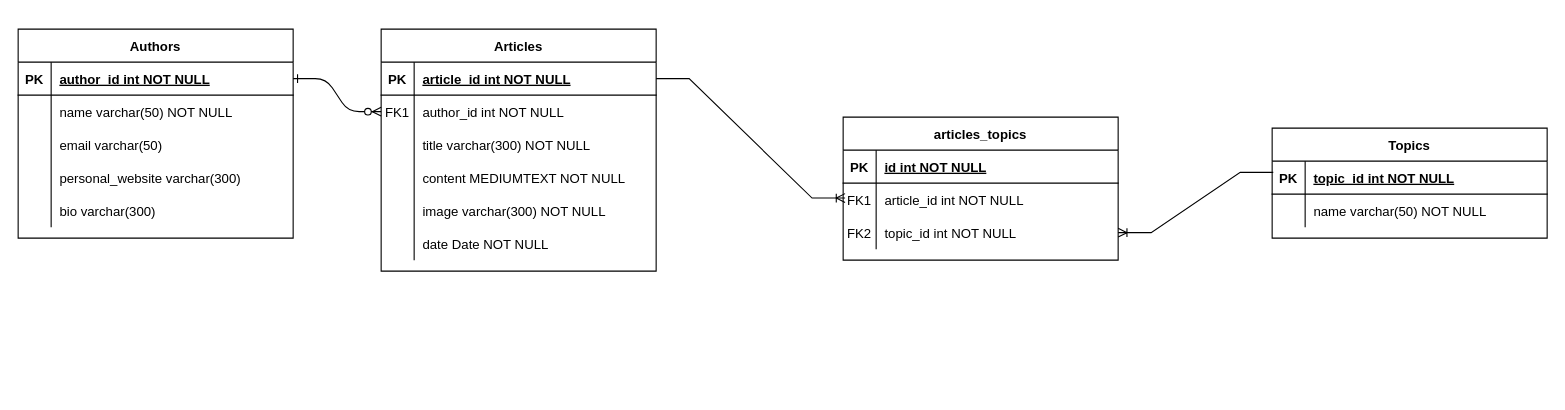
This is news_site.drawio from finn-nankivell2/integrated-project-y1, a draw.io file, before an edit. Source tidied: cells renumbered, new cells numbered last; positions are measured from the earlier drawing's top-left corner, leaving out a move shared by most shapes. Both pictures are drawn from the tidied source at 110%, with x=0, y=0 at pixel (18, 29).
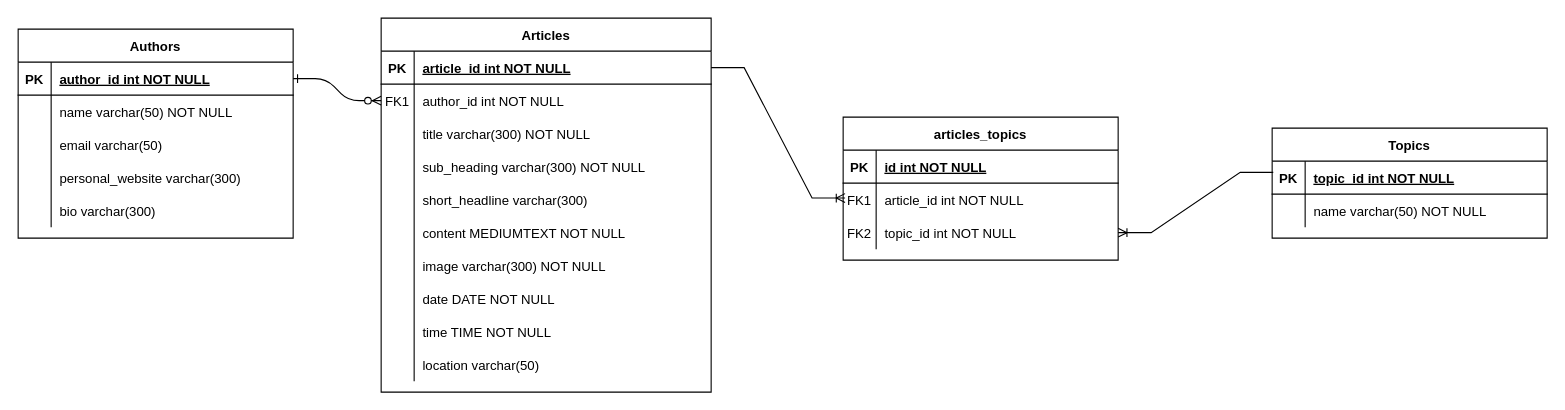
The same diagram, later.

The edit, as a diff of the source:
```diff
@@
     <mxCell id="3" value="Articles" style="shape=table;startSize=30;childLayout=tableLayout;rowLines=0;fontStyle=1;align=center;" parent="1" vertex="1">
-      <mxGeometry x="330" width="250" height="220" as="geometry" />
+      <mxGeometry x="330" y="-10" width="300" height="340" as="geometry" />
     </mxCell>
     <mxCell id="4" style="shape=partialRectangle;fillColor=none;points=[[0,0.5],[1,0.5]];portConstraint=eastwest;top=0;left=0;right=0;bottom=1;" parent="3" vertex="1">
-      <mxGeometry y="30" width="250" height="30" as="geometry" />
+      <mxGeometry y="30" width="300" height="30" as="geometry" />
     </mxCell>
@@
     <mxCell id="6" value="article_id int NOT NULL " style="shape=partialRectangle;overflow=hidden;fillColor=none;top=0;left=0;bottom=0;right=0;align=left;spacingLeft=6;fontStyle=5;" parent="4" vertex="1">
-      <mxGeometry x="30" width="220" height="30" as="geometry" />
+      <mxGeometry x="30" width="270" height="30" as="geometry" />
     </mxCell>
     <mxCell id="7" style="shape=partialRectangle;fillColor=none;points=[[0,0.5],[1,0.5]];portConstraint=eastwest;top=0;left=0;right=0;bottom=0;" parent="3" vertex="1">
-      <mxGeometry y="60" width="250" height="30" as="geometry" />
+      <mxGeometry y="60" width="300" height="30" as="geometry" />
     </mxCell>
@@
     <mxCell id="9" value="author_id int NOT NULL" style="shape=partialRectangle;overflow=hidden;fillColor=none;top=0;left=0;bottom=0;right=0;align=left;spacingLeft=6;" parent="7" vertex="1">
-      <mxGeometry x="30" width="220" height="30" as="geometry" />
+      <mxGeometry x="30" width="270" height="30" as="geometry" />
     </mxCell>
     <mxCell id="10" style="shape=partialRectangle;fillColor=none;top=0;left=0;right=0;bottom=0;" parent="3" vertex="1">
-      <mxGeometry y="90" width="250" height="30" as="geometry" />
+      <mxGeometry y="90" width="300" height="30" as="geometry" />
     </mxCell>
@@
     <mxCell id="12" value="title varchar(300) NOT NULL" style="shape=partialRectangle;overflow=hidden;fillColor=none;top=0;left=0;bottom=0;right=0;align=left;spacingLeft=6;" parent="10" vertex="1">
-      <mxGeometry x="30" width="220" height="30" as="geometry" />
+      <mxGeometry x="30" width="270" height="30" as="geometry" />
     </mxCell>
+    <mxCell id="57" style="shape=partialRectangle;fillColor=none;top=0;left=0;right=0;bottom=0;" parent="3" vertex="1">
+      <mxGeometry y="120" width="300" height="30" as="geometry" />
+    </mxCell>
+    <mxCell id="58" style="shape=partialRectangle;overflow=hidden;fillColor=none;top=0;left=0;bottom=0;right=0;" parent="57" vertex="1">
+      <mxGeometry width="30" height="30" as="geometry" />
+    </mxCell>
+    <mxCell id="59" value="sub_heading varchar(300) NOT NULL" style="shape=partialRectangle;overflow=hidden;fillColor=none;top=0;left=0;bottom=0;right=0;align=left;spacingLeft=6;" parent="57" vertex="1">
+      <mxGeometry x="30" width="270" height="30" as="geometry" />
+    </mxCell>
+    <mxCell id="60" style="shape=partialRectangle;fillColor=none;top=0;left=0;right=0;bottom=0;" parent="3" vertex="1">
+      <mxGeometry y="150" width="300" height="30" as="geometry" />
+    </mxCell>
+    <mxCell id="61" style="shape=partialRectangle;overflow=hidden;fillColor=none;top=0;left=0;bottom=0;right=0;" parent="60" vertex="1">
+      <mxGeometry width="30" height="30" as="geometry" />
+    </mxCell>
+    <mxCell id="62" value="short_headline varchar(300)" style="shape=partialRectangle;overflow=hidden;fillColor=none;top=0;left=0;bottom=0;right=0;align=left;spacingLeft=6;" parent="60" vertex="1">
+      <mxGeometry x="30" width="270" height="30" as="geometry" />
+    </mxCell>
     <mxCell id="13" style="shape=partialRectangle;fillColor=none;top=0;left=0;right=0;bottom=0;" parent="3" vertex="1">
-      <mxGeometry y="120" width="250" height="30" as="geometry" />
+      <mxGeometry y="180" width="300" height="30" as="geometry" />
     </mxCell>
@@
     <mxCell id="15" value="content MEDIUMTEXT NOT NULL" style="shape=partialRectangle;overflow=hidden;fillColor=none;top=0;left=0;bottom=0;right=0;align=left;spacingLeft=6;" parent="13" vertex="1">
-      <mxGeometry x="30" width="220" height="30" as="geometry" />
+      <mxGeometry x="30" width="270" height="30" as="geometry" />
     </mxCell>
     <mxCell id="16" style="shape=partialRectangle;fillColor=none;top=0;left=0;right=0;bottom=0;" parent="3" vertex="1">
-      <mxGeometry y="150" width="250" height="30" as="geometry" />
+      <mxGeometry y="210" width="300" height="30" as="geometry" />
     </mxCell>
@@
     <mxCell id="18" value="image varchar(300) NOT NULL" style="shape=partialRectangle;overflow=hidden;fillColor=none;top=0;left=0;bottom=0;right=0;align=left;spacingLeft=6;" parent="16" vertex="1">
-      <mxGeometry x="30" width="220" height="30" as="geometry" />
+      <mxGeometry x="30" width="270" height="30" as="geometry" />
     </mxCell>
     <mxCell id="19" style="shape=partialRectangle;fillColor=none;top=0;left=0;right=0;bottom=0;" parent="3" vertex="1">
-      <mxGeometry y="180" width="250" height="30" as="geometry" />
+      <mxGeometry y="240" width="300" height="30" as="geometry" />
     </mxCell>
@@
-    <mxCell id="21" value="date Date NOT NULL" style="shape=partialRectangle;overflow=hidden;fillColor=none;top=0;left=0;bottom=0;right=0;align=left;spacingLeft=6;" parent="19" vertex="1">
-      <mxGeometry x="30" width="220" height="30" as="geometry" />
+    <mxCell id="21" value="date DATE NOT NULL" style="shape=partialRectangle;overflow=hidden;fillColor=none;top=0;left=0;bottom=0;right=0;align=left;spacingLeft=6;" parent="19" vertex="1">
+      <mxGeometry x="30" width="270" height="30" as="geometry" />
     </mxCell>
+    <mxCell id="63" style="shape=partialRectangle;fillColor=none;top=0;left=0;right=0;bottom=0;" parent="3" vertex="1">
+      <mxGeometry y="270" width="300" height="30" as="geometry" />
+    </mxCell>
+    <mxCell id="64" style="shape=partialRectangle;overflow=hidden;fillColor=none;top=0;left=0;bottom=0;right=0;" parent="63" vertex="1">
+      <mxGeometry width="30" height="30" as="geometry" />
+    </mxCell>
+    <mxCell id="65" value="time TIME NOT NULL" style="shape=partialRectangle;overflow=hidden;fillColor=none;top=0;left=0;bottom=0;right=0;align=left;spacingLeft=6;" parent="63" vertex="1">
+      <mxGeometry x="30" width="270" height="30" as="geometry" />
+    </mxCell>
+    <mxCell id="66" style="shape=partialRectangle;fillColor=none;top=0;left=0;right=0;bottom=0;" parent="3" vertex="1">
+      <mxGeometry y="300" width="300" height="30" as="geometry" />
+    </mxCell>
+    <mxCell id="67" style="shape=partialRectangle;overflow=hidden;fillColor=none;top=0;left=0;bottom=0;right=0;" parent="66" vertex="1">
+      <mxGeometry width="30" height="30" as="geometry" />
+    </mxCell>
+    <mxCell id="68" value="location varchar(50)" style="shape=partialRectangle;overflow=hidden;fillColor=none;top=0;left=0;bottom=0;right=0;align=left;spacingLeft=6;" parent="66" vertex="1">
+      <mxGeometry x="30" width="270" height="30" as="geometry" />
+    </mxCell>
```
